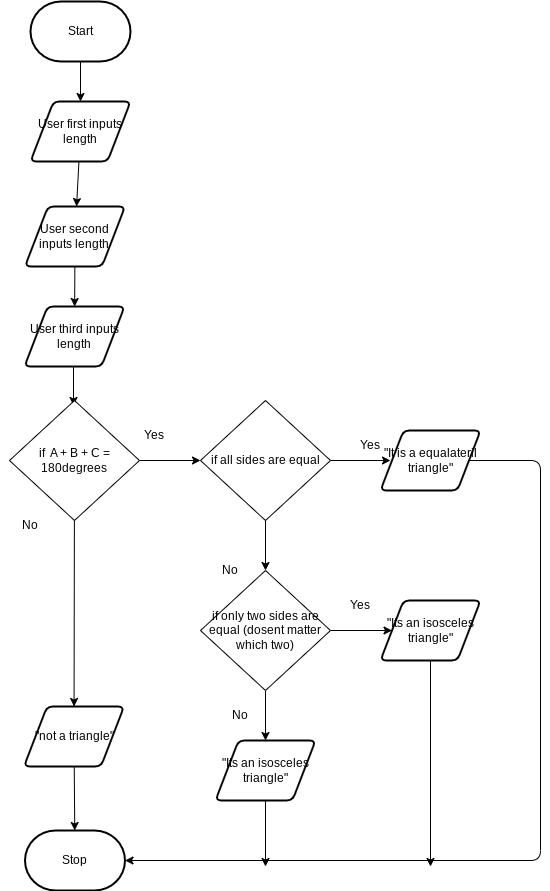
This is design/flow-chart.png from ashley-monaghan/ICS2Or-Unit-5-05, a draw.io export, as it was before one commit. Source tidied: cells renumbered, new cells last; positions are measured from the earlier drawing's top-left corner, leaving out a move shared by most shapes.
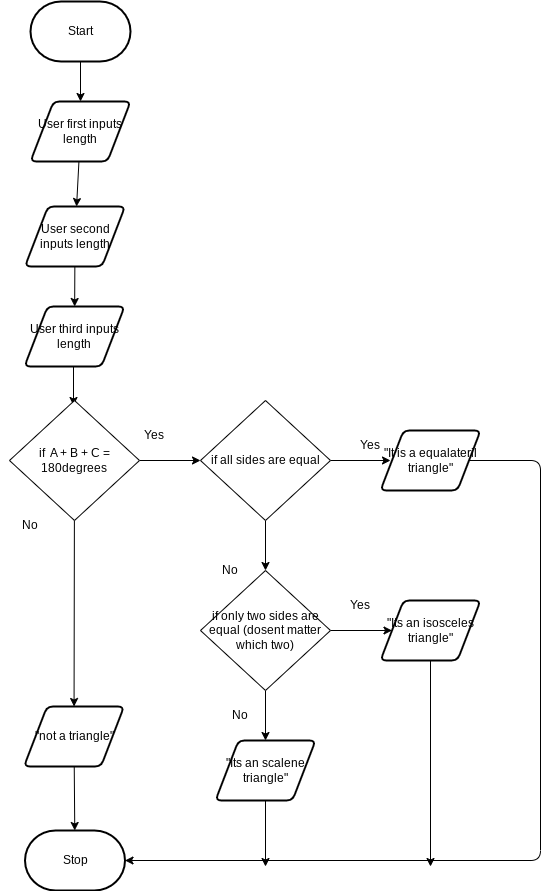
Above is the later version.

Change to the diagram source:
```diff
@@ -82,7 +82,7 @@
         <mxPoint x="265" y="865" as="targetPoint" />
       </mxGeometry>
     </mxCell>
-    <mxCell id="24" value="&quot;Its an isosceles triangle&quot;" style="shape=parallelogram;html=1;strokeWidth=2;perimeter=parallelogramPerimeter;whiteSpace=wrap;rounded=1;arcSize=12;size=0.23;" parent="1" vertex="1">
+    <mxCell id="24" value="&quot;Its an scalene triangle&quot;" style="shape=parallelogram;html=1;strokeWidth=2;perimeter=parallelogramPerimeter;whiteSpace=wrap;rounded=1;arcSize=12;size=0.23;" parent="1" vertex="1">
       <mxGeometry x="215" y="739" width="100" height="60" as="geometry" />
     </mxCell>
     <mxCell id="25" value="Yes" style="text;html=1;strokeColor=none;fillColor=none;align=center;verticalAlign=middle;whiteSpace=wrap;rounded=0;" parent="1" vertex="1">
```
